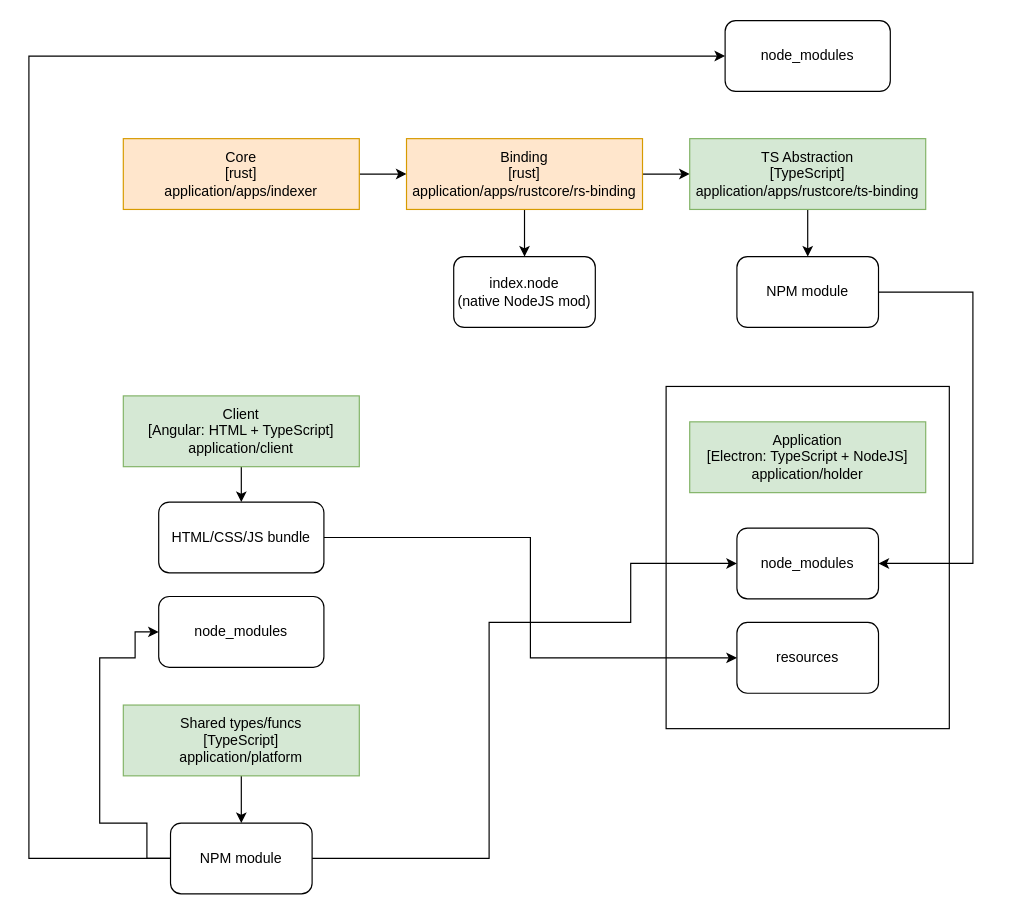
Earlier version of the draw.io diagram depencencies.drawio (DmitryAstafyev/chipmunk3_roadmap). Source tidied: cells renumbered, new cells numbered last; positions are measured from the earlier drawing's top-left corner, leaving out a move shared by most shapes. Both pictures are drawn from the tidied source at 118%, with x=0, y=0 at pixel (28, 20).
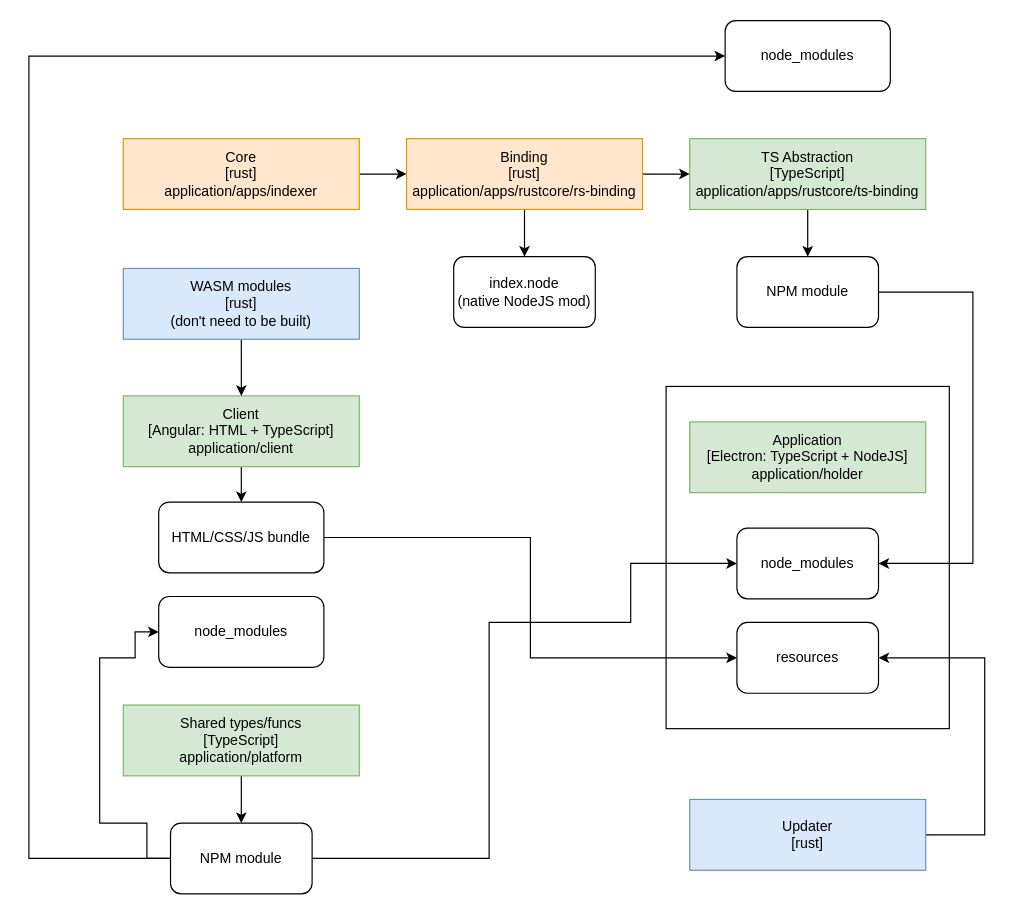
The same page after the edit.

Unchanged cells that the change refers to:
```xml
<mxCell id="16" value="Client&lt;br&gt;[Angular: HTML + TypeScript]&lt;br&gt;application/client" style="rounded=0;whiteSpace=wrap;html=1;fillColor=#d5e8d4;strokeColor=#82b366;" parent="1" vertex="1">
  <mxGeometry x="80" y="318" width="200" height="60" as="geometry" />
</mxCell>
<mxCell id="19" value="resources" style="rounded=1;whiteSpace=wrap;html=1;" parent="1" vertex="1">
  <mxGeometry x="600" y="510" width="120" height="60" as="geometry" />
</mxCell>
```

Change to the diagram source:
```diff
@@
+    <mxCell id="28" style="edgeStyle=orthogonalEdgeStyle;rounded=0;jettySize=auto;html=1;exitX=0.5;exitY=1;exitDx=0;exitDy=0;entryX=0.5;entryY=0;entryDx=0;entryDy=0;" parent="1" edge="1" source="29" target="16">
+      <mxGeometry relative="1" as="geometry" />
+    </mxCell>
+    <mxCell id="29" value="WASM modules&lt;br&gt;[rust]&lt;br&gt;(don't need to be built)" style="rounded=0;whiteSpace=wrap;html=1;fillColor=#dae8fc;strokeColor=#6c8ebf;" parent="1" vertex="1">
+      <mxGeometry x="80" y="210" width="200" height="60" as="geometry" />
+    </mxCell>
+    <mxCell id="30" style="edgeStyle=orthogonalEdgeStyle;rounded=0;jettySize=auto;html=1;exitX=1;exitY=0.5;exitDx=0;exitDy=0;entryX=1;entryY=0.5;entryDx=0;entryDy=0;" parent="1" edge="1" source="31" target="19">
+      <mxGeometry relative="1" as="geometry">
+        <Array as="points">
+          <mxPoint x="810" y="690" />
+          <mxPoint x="810" y="540" />
+        </Array>
+      </mxGeometry>
+    </mxCell>
+    <mxCell id="31" value="Updater&lt;br&gt;[rust]" style="rounded=0;whiteSpace=wrap;html=1;fillColor=#dae8fc;strokeColor=#6c8ebf;" parent="1" vertex="1">
+      <mxGeometry x="560" y="660" width="200" height="60" as="geometry" />
+    </mxCell>
```
